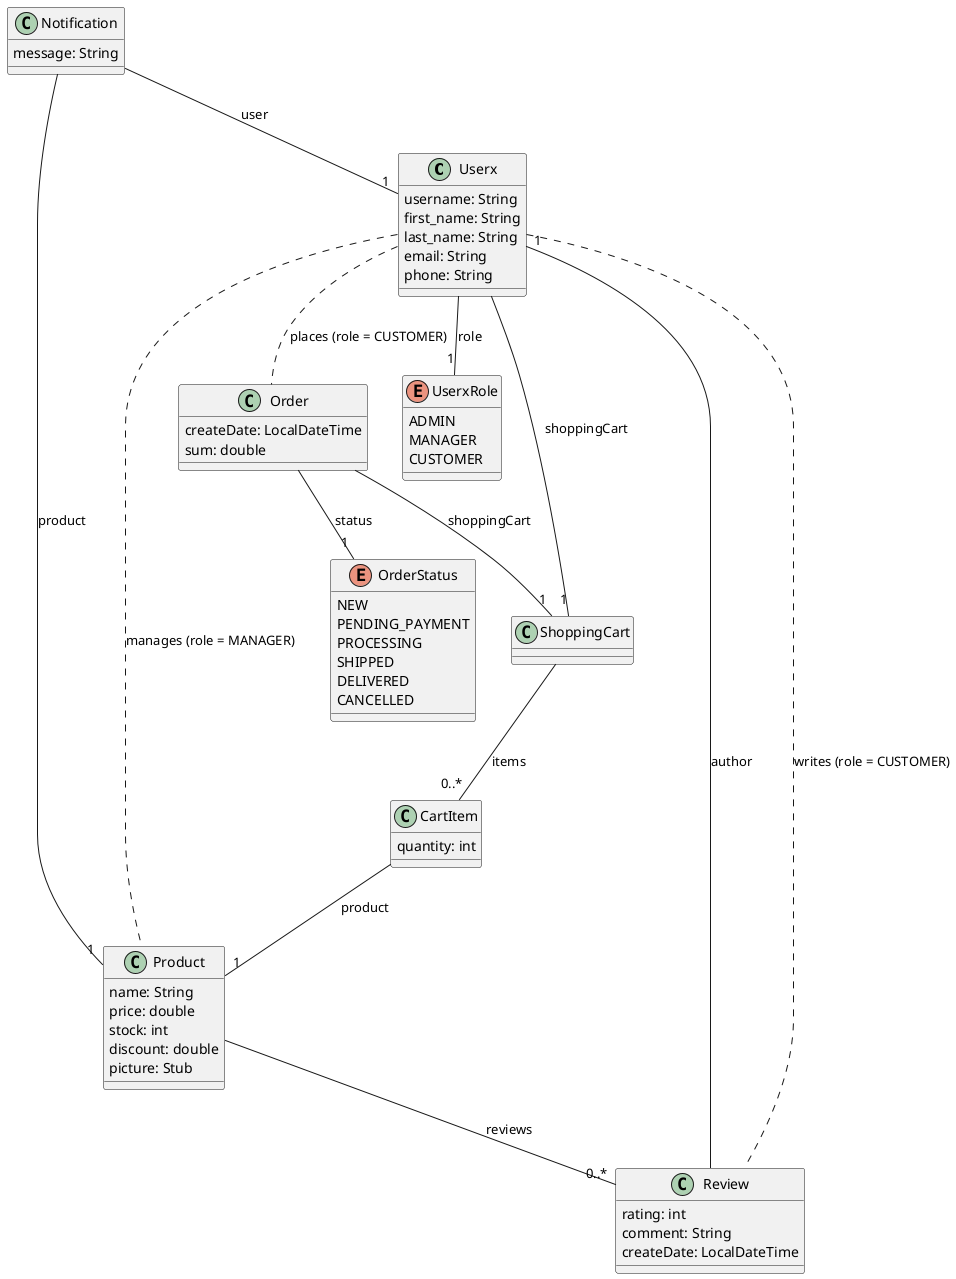
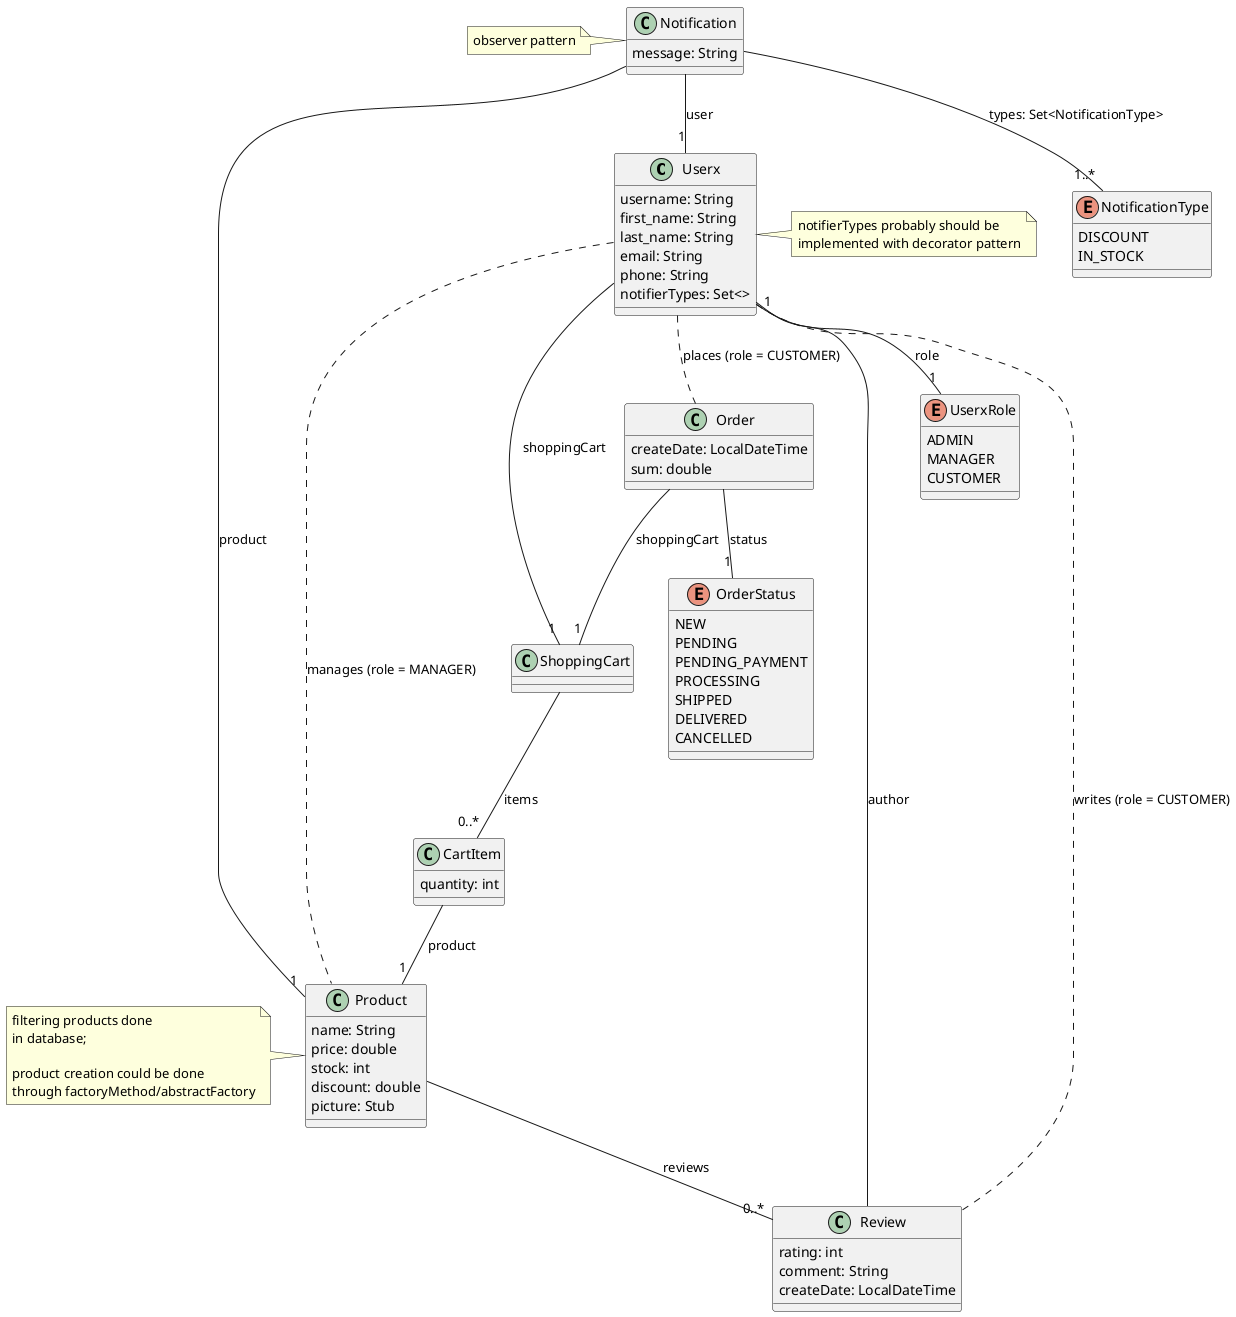
@startuml

class Userx {
    username: String
    first_name: String
    last_name: String
    email: String
    phone: String
+     notifierTypes: Set<>
}
+ note right
+     notifierTypes probably should be
+     implemented with decorator pattern
+ end note

enum UserxRole {
    ADMIN
    MANAGER
    CUSTOMER
}

class Product {
    name: String
    price: double
    stock: int
    discount: double /'in interval [0, 1] 0 -> 0%, 1 -> 100% discount'/
    picture: Stub
}
+ note left
+     filtering products done
+     in database;
+ 
+     product creation could be done
+     through factoryMethod/abstractFactory
+ end note

class Review {
    rating: int /'in interval [1, 5]'/
    comment: String
    createDate: LocalDateTime
}

class ShoppingCart {
}

class CartItem {
  quantity: int
}

class Order {
    createDate: LocalDateTime
    sum: double
}

enum OrderStatus {
    NEW
+     PENDING
    PENDING_PAYMENT
    PROCESSING
    SHIPPED
    DELIVERED
    CANCELLED
}

class Notification {
    message: String
+ }
+ note left
+     observer pattern
+ end note
+ 
+ enum NotificationType {
+     DISCOUNT
+     IN_STOCK
}

'associations:
Userx -- "1" UserxRole: role
Userx -- "1" ShoppingCart: shoppingCart

Userx .. Review: writes (role = CUSTOMER)
Userx .. Order: places (role = CUSTOMER)
Userx .. Product: manages (role = MANAGER)

Review -- "1" Userx: author

Product -- "0..*" Review: reviews

ShoppingCart -- "0..*" CartItem: items
CartItem -- "1" Product: product

Order -- "1" OrderStatus: status
Order -- "1" ShoppingCart: shoppingCart

Notification -- "1" Userx: user
Notification -- "1" Product: product
+ Notification -- "1..*" NotificationType: types: Set<NotificationType>

@enduml